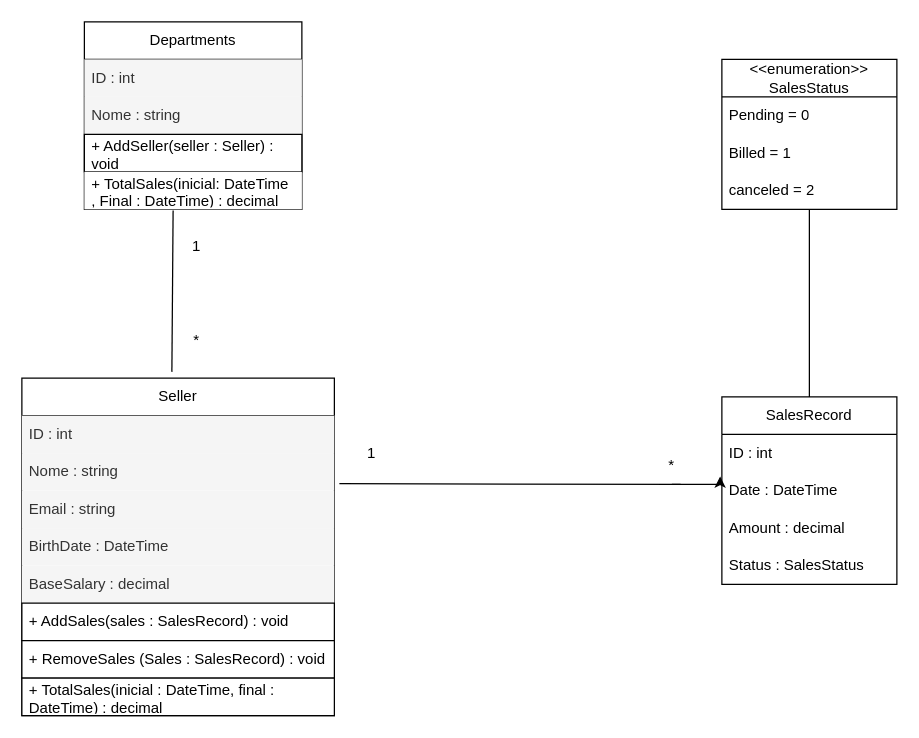
Earlier version of the draw.io diagram LojaSisMVC/Docs/uml/LojaSisMVC-Classes.drawio (DaivisonBatista/LojaSisMVC). Source tidied: cells renumbered, new cells numbered last; positions are measured from the earlier drawing's top-left corner, leaving out a move shared by most shapes. Both pictures are drawn from the tidied source at 125%, with x=0, y=0 at pixel (21, 21).
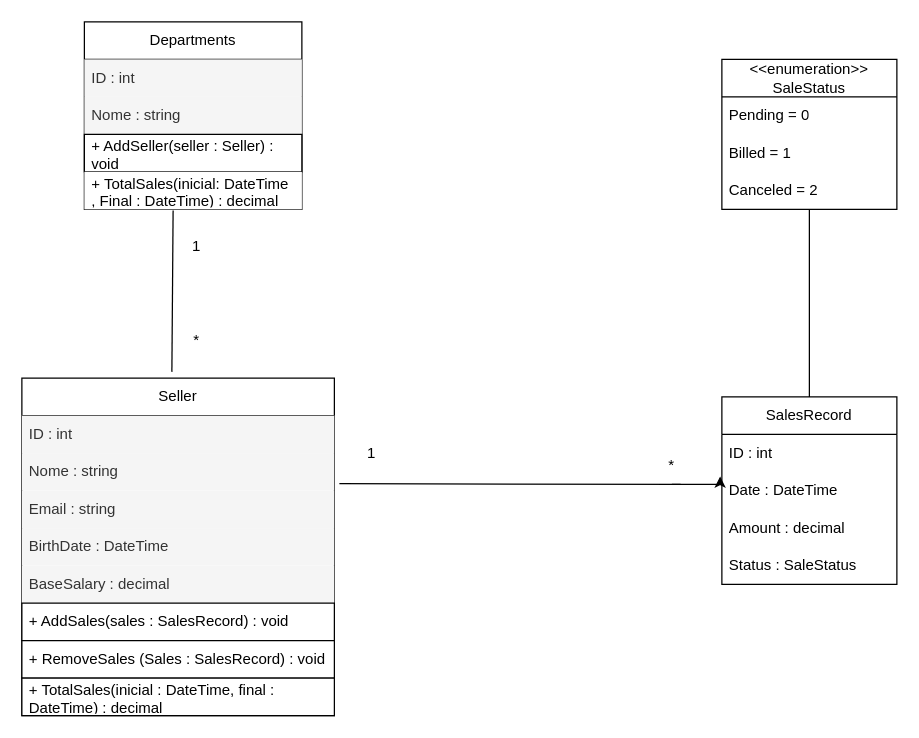
The same diagram, later.

Commit message (it also covers changes not shown here):
Corrige uml de dominio

Unchanged cells that the change refers to:
```xml
<mxCell id="22" value="SalesRecord" style="swimlane;fontStyle=0;horizontal=1;startSize=30;whiteSpace=wrap;html=1;" parent="1" vertex="1">
  <mxGeometry x="560" y="300" width="140" height="150" as="geometry" />
</mxCell>
```

Change to the diagram source:
```diff
@@
-    <mxCell id="26" value="Status : SalesStatus" style="text;strokeColor=none;fillColor=none;align=left;verticalAlign=middle;spacingLeft=4;spacingRight=4;overflow=hidden;whiteSpace=wrap;html=1;" parent="22" vertex="1">
+    <mxCell id="26" value="Status : SaleStatus" style="text;strokeColor=none;fillColor=none;align=left;verticalAlign=middle;spacingLeft=4;spacingRight=4;overflow=hidden;whiteSpace=wrap;html=1;" parent="22" vertex="1">
       <mxGeometry y="120" width="140" height="30" as="geometry" />
     </mxCell>
-    <mxCell id="27" value="&amp;lt;&amp;lt;enumeration&amp;gt;&amp;gt;&lt;div&gt;SalesStatus&lt;/div&gt;" style="swimlane;fontStyle=0;horizontal=1;startSize=30;whiteSpace=wrap;html=1;" parent="1" vertex="1">
+    <mxCell id="27" value="&amp;lt;&amp;lt;enumeration&amp;gt;&amp;gt;&lt;div&gt;SaleStatus&lt;/div&gt;" style="swimlane;fontStyle=0;horizontal=1;startSize=30;whiteSpace=wrap;html=1;" parent="1" vertex="1">
       <mxGeometry x="560" y="30" width="140" height="120" as="geometry" />
     </mxCell>
@@
-    <mxCell id="30" value="canceled = 2" style="text;strokeColor=none;fillColor=none;align=left;verticalAlign=middle;spacingLeft=4;spacingRight=4;overflow=hidden;whiteSpace=wrap;html=1;" parent="27" vertex="1">
+    <mxCell id="30" value="Canceled = 2" style="text;strokeColor=none;fillColor=none;align=left;verticalAlign=middle;spacingLeft=4;spacingRight=4;overflow=hidden;whiteSpace=wrap;html=1;" parent="27" vertex="1">
       <mxGeometry y="90" width="140" height="30" as="geometry" />
     </mxCell>
```
